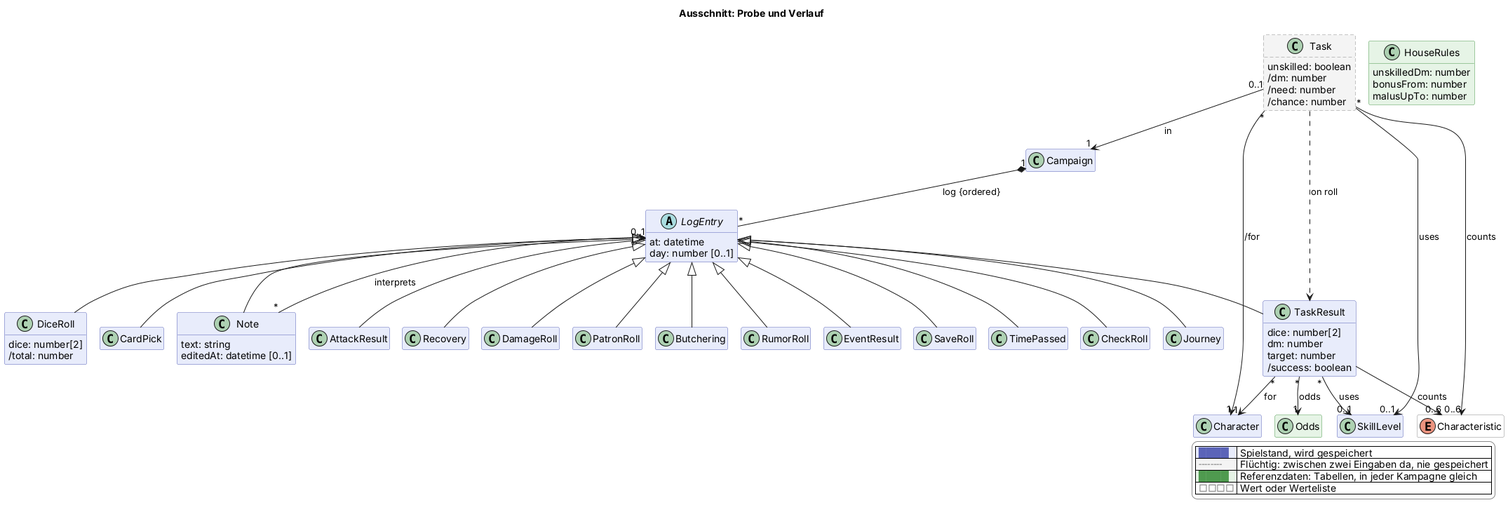
scuzzar/SRE keeps this PlantUML diagram as docs/views/probe.png. Above is the earlier version.
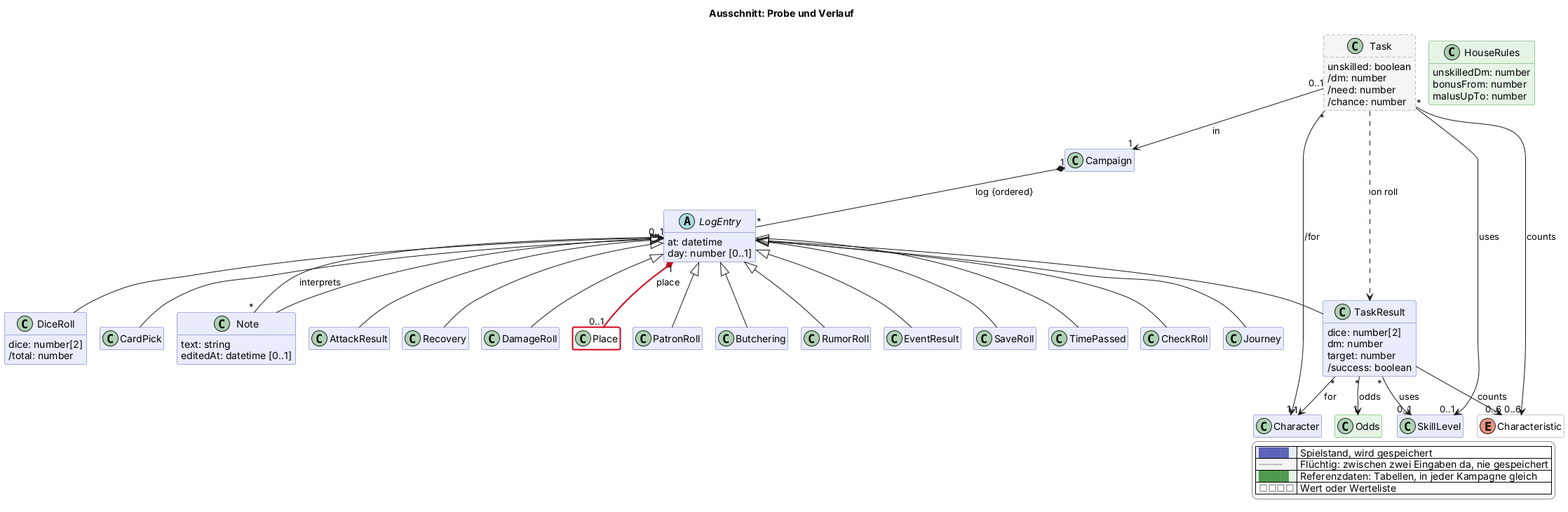
After the commit.

Diff of the diagram source:
```diff
@@ -117,6 +117,7 @@
     bonusFrom: number
     malusUpTo: number
   }
+  class Place <<value>> $oberflaeche $newClass("2026-11-14h")
   enum Characteristic <<value>> $charakter
 
 Campaign "1" *-- "*" LogEntry : log {ordered}
@@ -127,6 +128,7 @@
 
 
 
+LogEntry "1" *-$newArrow("2026-11-14h")- "0..1" Place : place
 
 
 
```
